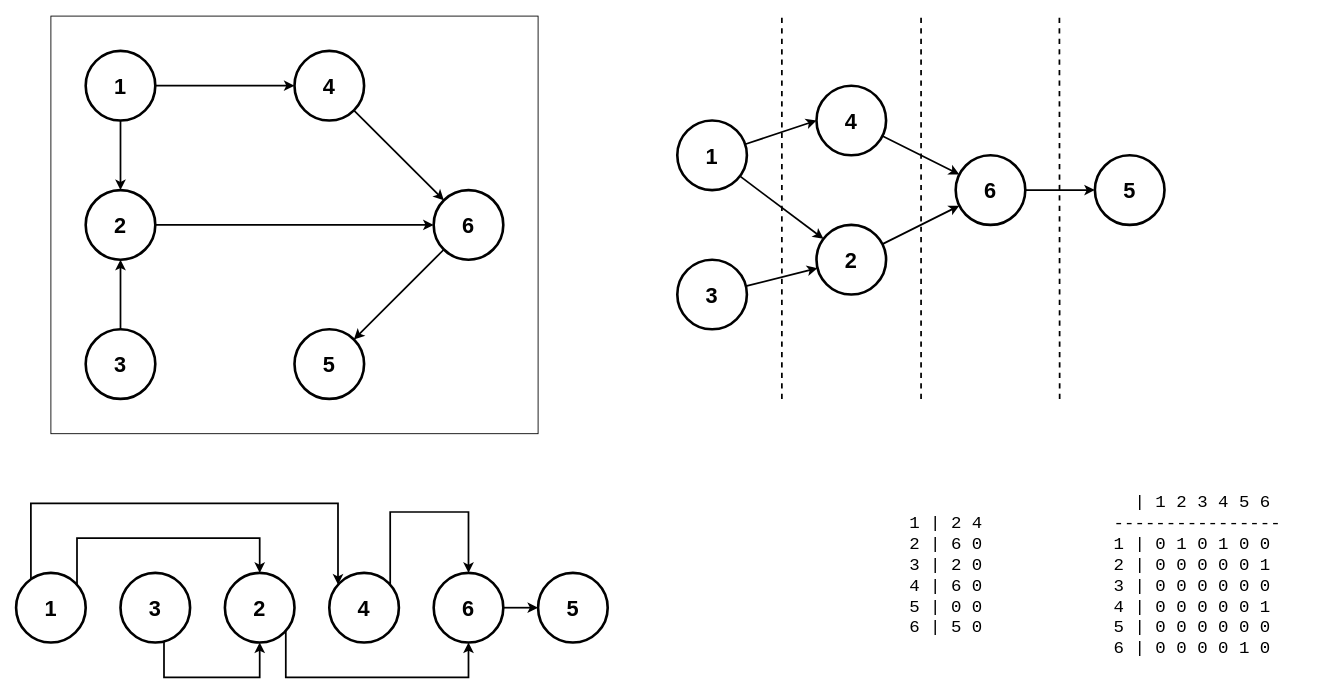
This is HomeWork019/pictures/digraph.drawio from BeliaevAndrey/OtusHomeworks, a draw.io file, before an edit. Source tidied: cells renumbered, new cells numbered last; positions are measured from the earlier drawing's top-left corner, leaving out a move shared by most shapes. Both pictures are drawn from the tidied source at 87%, with x=0, y=0 at pixel (16, 16).
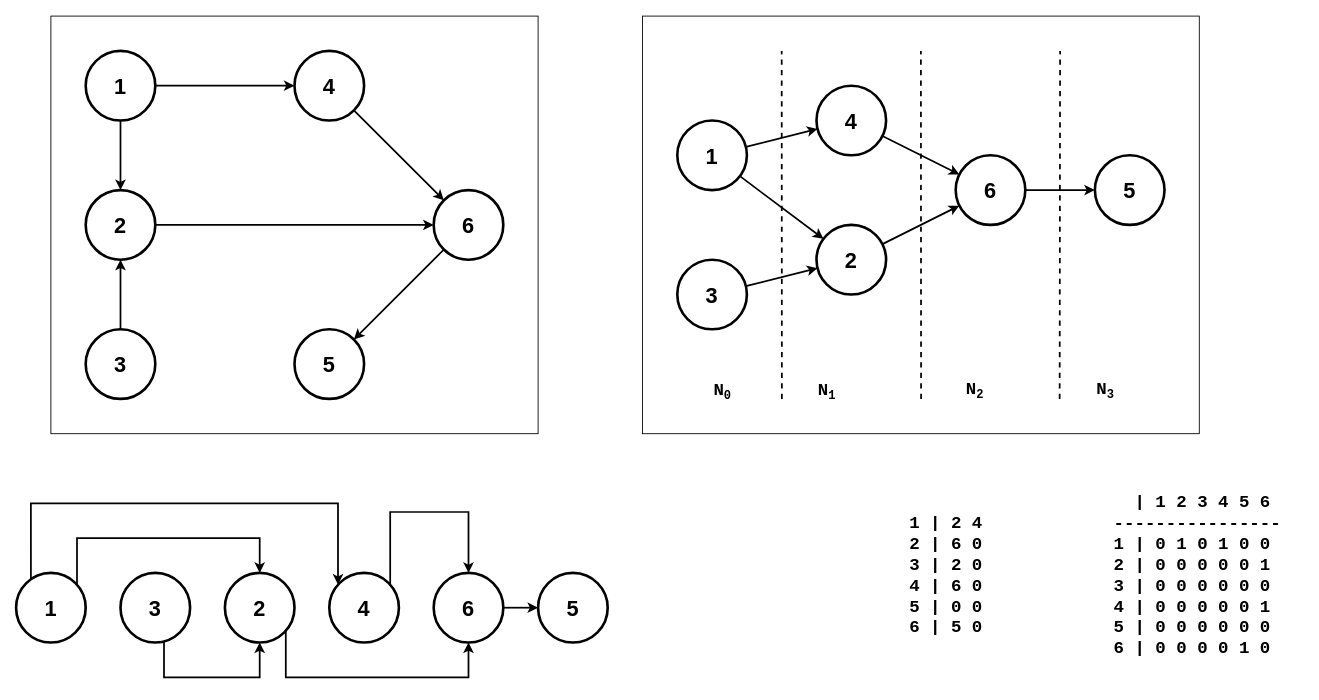
Above is the later version.

The change refers to these unchanged cells:
```xml
<mxCell id="29" value="1" style="ellipse;whiteSpace=wrap;html=1;fontSize=25;strokeWidth=3;fontStyle=1;" parent="1" vertex="1">
  <mxGeometry x="760" y="120" width="80" height="80" as="geometry" />
</mxCell>
<mxCell id="34" value="4" style="ellipse;whiteSpace=wrap;html=1;fontSize=25;strokeWidth=3;fontStyle=1;" parent="1" vertex="1">
  <mxGeometry x="920" y="80" width="80" height="80" as="geometry" />
</mxCell>
```

Change to the diagram source:
```diff
@@
+    <mxCell id="44" style="rounded=0;whiteSpace=wrap;html=1;" parent="1" vertex="1">
+      <mxGeometry x="720" width="640" height="480" as="geometry" />
+    </mxCell>
@@
-    <mxCell id="27" style="rounded=0;jettySize=auto;html=1;entryX=0;entryY=0.5;entryDx=0;entryDy=0;strokeWidth=2;" parent="1" edge="1" source="29" target="34">
+    <mxCell id="27" style="rounded=0;jettySize=auto;html=1;strokeWidth=2;" parent="1" edge="1" source="29" target="34">
       <mxGeometry relative="1" as="geometry" />
     </mxCell>
@@
-    <mxCell id="39" value="1 | 2 4&lt;div&gt;2 | 6 0&lt;/div&gt;&lt;div&gt;3 | 2 0&lt;/div&gt;&lt;div&gt;4 | 6 0&lt;/div&gt;&lt;div&gt;5 | 0 0&lt;/div&gt;&lt;div&gt;6 | 5 0&lt;/div&gt;" style="text;html=1;align=left;verticalAlign=middle;strokeColor=none;fillColor=none;fontFamily=Courier New;fontSize=20;" parent="1" vertex="1">
+    <mxCell id="39" value="1 | 2 4&lt;div&gt;2 | 6 0&lt;/div&gt;&lt;div&gt;3 | 2 0&lt;/div&gt;&lt;div&gt;4 | 6 0&lt;/div&gt;&lt;div&gt;5 | 0 0&lt;/div&gt;&lt;div&gt;6 | 5 0&lt;/div&gt;" style="text;html=1;align=left;verticalAlign=middle;strokeColor=none;fillColor=none;fontFamily=Courier New;fontSize=20;fontStyle=1;" parent="1" vertex="1">
       <mxGeometry x="1025" y="563" width="110" height="160" as="geometry" />
     </mxCell>
-    <mxCell id="40" value="&lt;div&gt;&amp;nbsp; | 1 2 3 4 5 6&lt;/div&gt;&lt;div&gt;----------------&lt;/div&gt;1 | 0 1 0 1 0 0&lt;div&gt;2 | 0 0 0 0 0 1&lt;/div&gt;&lt;div&gt;3 | 0 0 0 0 0 0&lt;/div&gt;&lt;div&gt;4 | 0 0 0 0 0 1&lt;/div&gt;&lt;div&gt;5 | 0 0 0 0 0 0&lt;/div&gt;&lt;div&gt;6 | 0 0 0 0 1 0&lt;/div&gt;" style="text;html=1;align=left;verticalAlign=middle;strokeColor=none;fillColor=none;fontFamily=Courier New;fontSize=20;" parent="1" vertex="1">
+    <mxCell id="40" value="&lt;div&gt;&amp;nbsp; | 1 2 3 4 5 6&lt;/div&gt;&lt;div&gt;----------------&lt;/div&gt;1 | 0 1 0 1 0 0&lt;div&gt;2 | 0 0 0 0 0 1&lt;/div&gt;&lt;div&gt;3 | 0 0 0 0 0 0&lt;/div&gt;&lt;div&gt;4 | 0 0 0 0 0 1&lt;/div&gt;&lt;div&gt;5 | 0 0 0 0 0 0&lt;/div&gt;&lt;div&gt;6 | 0 0 0 0 1 0&lt;/div&gt;" style="text;html=1;align=left;verticalAlign=middle;strokeColor=none;fillColor=none;fontFamily=Courier New;fontSize=20;fontStyle=1;" parent="1" vertex="1">
       <mxGeometry x="1260" y="538" width="220" height="210" as="geometry" />
     </mxCell>
     <mxCell id="41" style="endArrow=none;dashed=1;html=1;strokeWidth=2;rounded=0;" parent="1" edge="1">
       <mxGeometry relative="1" as="geometry">
         <mxPoint x="880.2" y="440" as="sourcePoint" />
-        <mxPoint x="880.2" as="targetPoint" />
+        <mxPoint x="880" y="40" as="targetPoint" />
       </mxGeometry>
     </mxCell>
     <mxCell id="42" style="endArrow=none;dashed=1;html=1;strokeWidth=2;rounded=0;" parent="1" edge="1">
       <mxGeometry relative="1" as="geometry">
         <mxPoint x="1040.2" y="440" as="sourcePoint" />
-        <mxPoint x="1040.2" as="targetPoint" />
+        <mxPoint x="1040" y="40" as="targetPoint" />
       </mxGeometry>
     </mxCell>
     <mxCell id="43" style="endArrow=none;dashed=1;html=1;strokeWidth=2;rounded=0;" parent="1" edge="1">
       <mxGeometry relative="1" as="geometry">
         <mxPoint x="1199.5" y="440" as="sourcePoint" />
-        <mxPoint x="1199.2" as="targetPoint" />
+        <mxPoint x="1200" y="40" as="targetPoint" />
       </mxGeometry>
     </mxCell>
+    <mxCell id="45" value="N&lt;span style=&quot;font-size: 16.6667px;&quot;&gt;&lt;sub&gt;0&lt;/sub&gt;&lt;/span&gt;" style="text;html=1;align=left;verticalAlign=middle;whiteSpace=wrap;rounded=0;fontFamily=Courier New;fontSize=20;fontStyle=1;" parent="1" vertex="1">
+      <mxGeometry x="800" y="421" width="30" height="20" as="geometry" />
+    </mxCell>
+    <mxCell id="46" value="N&lt;span style=&quot;font-size: 16.6667px;&quot;&gt;&lt;sub&gt;1&lt;/sub&gt;&lt;/span&gt;" style="text;html=1;align=left;verticalAlign=middle;whiteSpace=wrap;rounded=0;fontFamily=Courier New;fontSize=20;fontStyle=1;" parent="1" vertex="1">
+      <mxGeometry x="920" y="421" width="30" height="20" as="geometry" />
+    </mxCell>
+    <mxCell id="47" value="N&lt;span style=&quot;font-size: 16.6667px;&quot;&gt;&lt;sub&gt;2&lt;/sub&gt;&lt;/span&gt;" style="text;html=1;align=left;verticalAlign=middle;whiteSpace=wrap;rounded=0;fontFamily=Courier New;fontSize=20;fontStyle=1;" parent="1" vertex="1">
+      <mxGeometry x="1090" y="420" width="30" height="20" as="geometry" />
+    </mxCell>
+    <mxCell id="48" value="N&lt;span style=&quot;font-size: 16.6667px;&quot;&gt;&lt;sub&gt;3&lt;/sub&gt;&lt;/span&gt;" style="text;html=1;align=left;verticalAlign=middle;whiteSpace=wrap;rounded=0;fontFamily=Courier New;fontSize=20;fontStyle=1;" parent="1" vertex="1">
+      <mxGeometry x="1240" y="420" width="30" height="20" as="geometry" />
+    </mxCell>
```
